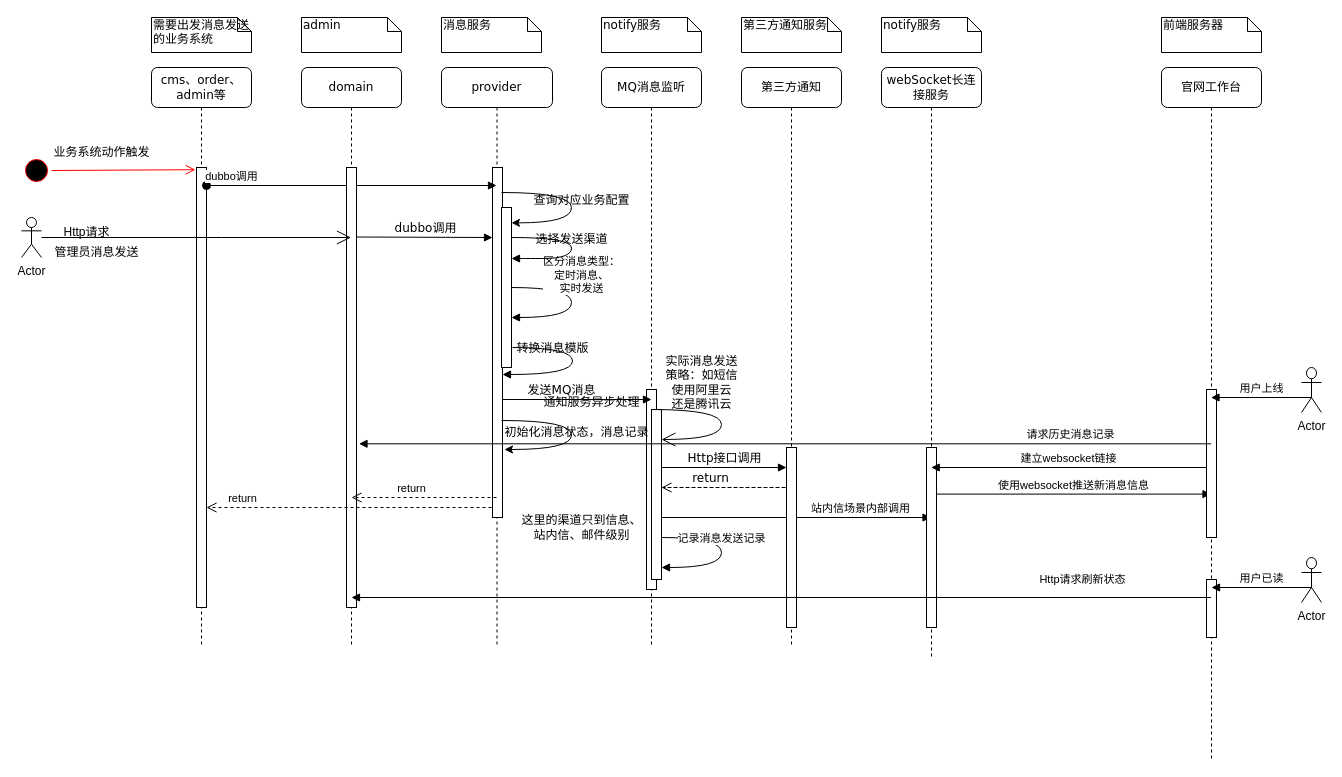
Earlier version of the draw.io diagram 消息通知服务架构图.drawio (Rain-ziyu/img). Source tidied: cells renumbered, new cells numbered last; positions are measured from the earlier drawing's top-left corner, leaving out a move shared by most shapes. Both pictures are drawn from the tidied source at 100%, with x=0, y=0 at pixel (21, 17).
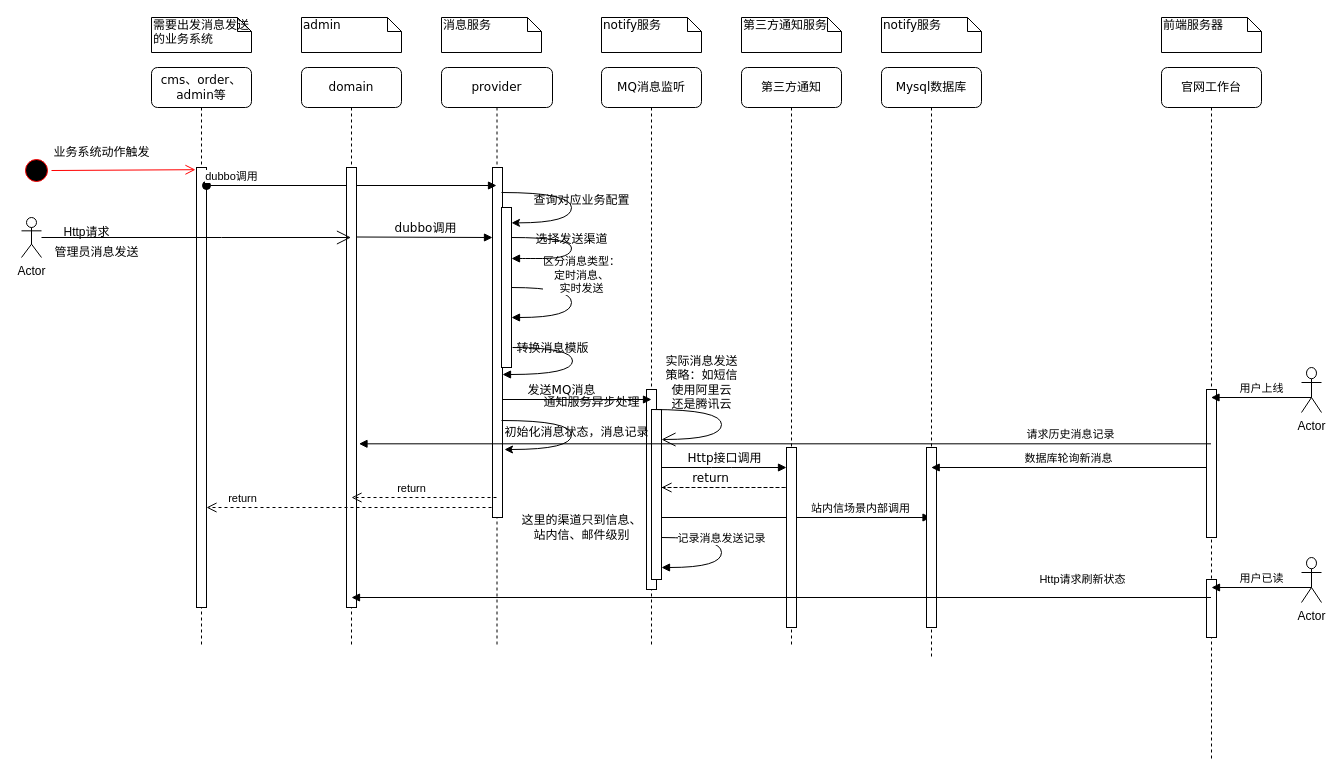
The same page after the edit.

Commit message:
更新消息通知服务架构图.drawio

The change refers to these unchanged cells:
```xml
<mxCell id="29" value="官网工作台" style="shape=umlLifeline;perimeter=lifelinePerimeter;whiteSpace=wrap;html=1;outlineConnect=0;rounded=1;shadow=0;comic=0;labelBackgroundColor=none;strokeWidth=1;fontFamily=Verdana;fontSize=12;align=center;" parent="1" vertex="1">
  <mxGeometry x="1140" y="50" width="100" height="692" as="geometry" />
</mxCell>
```

Change to the diagram source:
```diff
@@
-    <mxCell id="23" value="webSocket长连接服务" style="shape=umlLifeline;perimeter=lifelinePerimeter;whiteSpace=wrap;html=1;outlineConnect=0;rounded=1;shadow=0;comic=0;labelBackgroundColor=none;strokeWidth=1;fontFamily=Verdana;fontSize=12;align=center;" parent="1" vertex="1">
+    <mxCell id="23" value="Mysql数据库" style="shape=umlLifeline;perimeter=lifelinePerimeter;whiteSpace=wrap;html=1;outlineConnect=0;rounded=1;shadow=0;comic=0;labelBackgroundColor=none;strokeWidth=1;fontFamily=Verdana;fontSize=12;align=center;" parent="1" vertex="1">
       <mxGeometry x="860" y="50" width="100" height="590" as="geometry" />
     </mxCell>
@@
-    <mxCell id="25" value="使用websocket推送新消息信息" style="html=1;verticalAlign=bottom;endArrow=block;curved=0;rounded=0;" parent="23" edge="1" target="29">
-      <mxGeometry relative="1" as="geometry">
-        <mxPoint x="55" y="426.6" as="sourcePoint" />
-      </mxGeometry>
-    </mxCell>
@@
-    <mxCell id="56" value="建立websocket链接" style="html=1;verticalAlign=bottom;endArrow=block;curved=0;rounded=0;exitX=0;exitY=0.426;exitDx=0;exitDy=0;exitPerimeter=0;" parent="1" edge="1">
+    <mxCell id="56" value="数据库轮询新消息" style="html=1;verticalAlign=bottom;endArrow=block;curved=0;rounded=0;exitX=0;exitY=0.426;exitDx=0;exitDy=0;exitPerimeter=0;" parent="1" edge="1">
       <mxGeometry relative="1" as="geometry">
         <mxPoint x="1185" y="450" as="sourcePoint" />
         <mxPoint x="909.7" y="450" as="targetPoint" />
       </mxGeometry>
     </mxCell>
```
